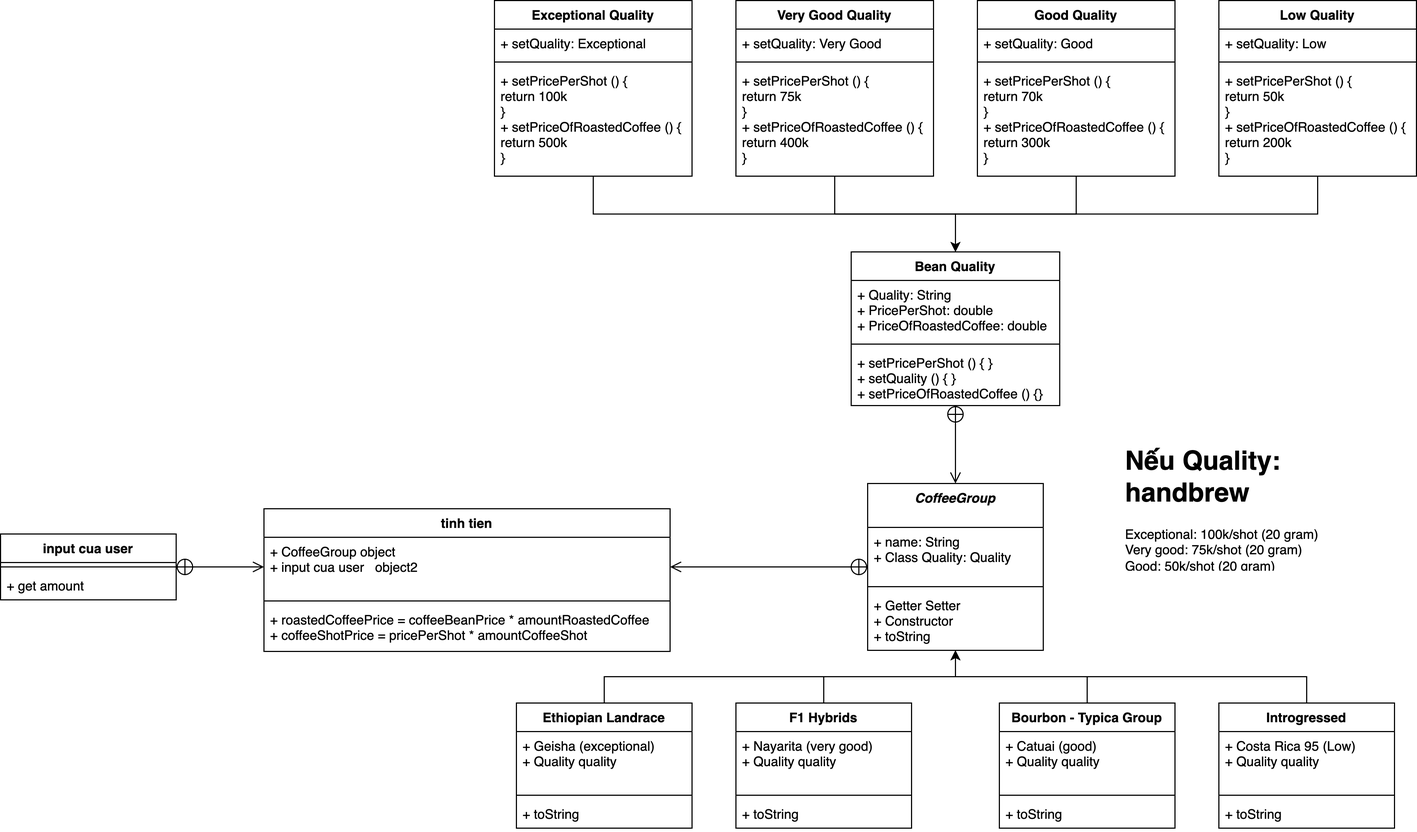
Earlier version of the draw.io export CaseStudyMD2.png (minhtuan1610/MD2-Case-Study). Source tidied: cells renumbered, new cells last; positions are measured from the earlier drawing's top-left corner, leaving out a move shared by most shapes.
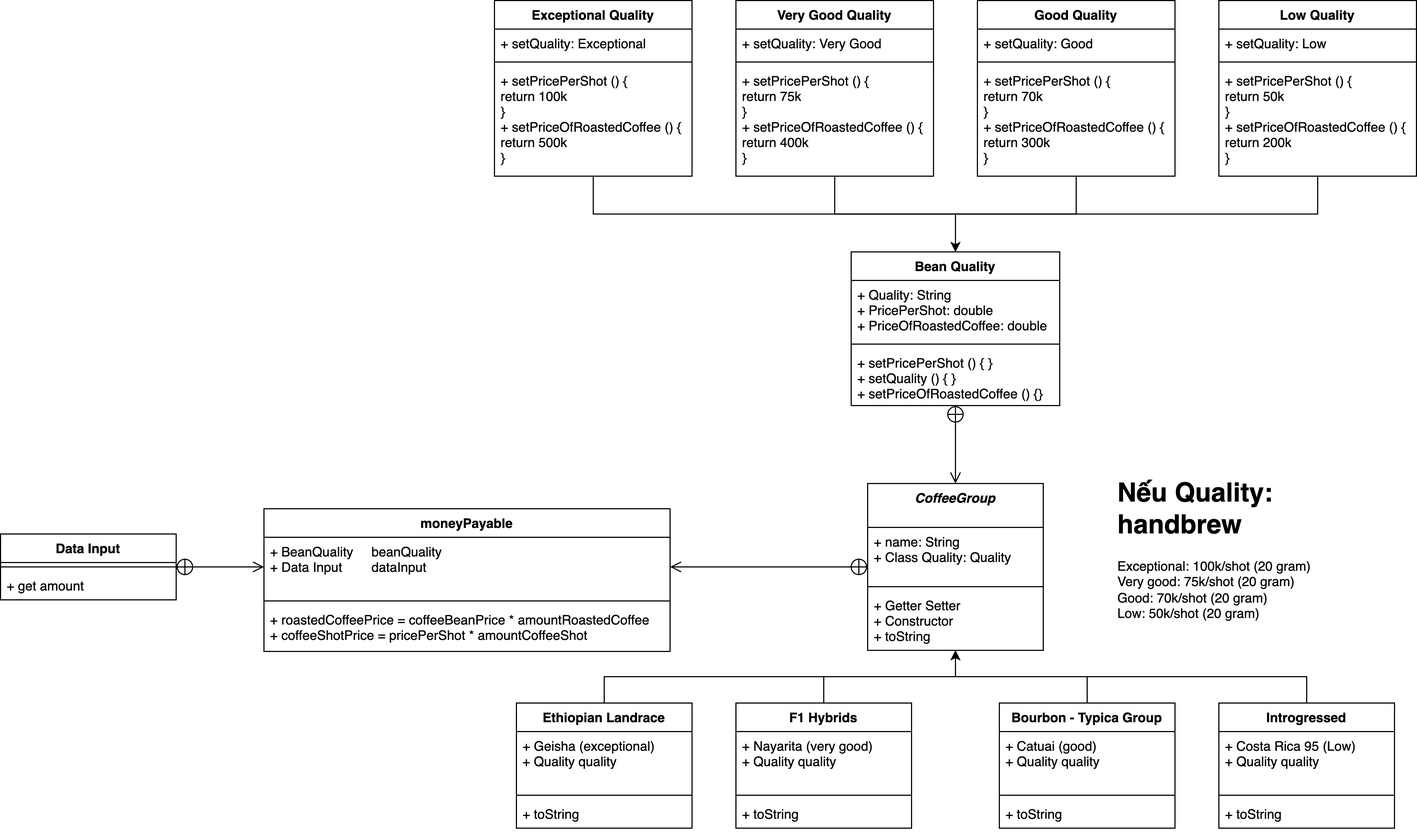
The same file after the commit.

What changed in the source:
```diff
@@ -74,8 +74,8 @@
     <mxCell id="25" value="+ toString" style="text;strokeColor=none;fillColor=none;align=left;verticalAlign=top;spacingLeft=4;spacingRight=4;overflow=hidden;" parent="22" vertex="1">
       <mxGeometry y="88" width="160" height="26" as="geometry" />
     </mxCell>
-    <mxCell id="26" value="&lt;h1&gt;Nếu Quality: handbrew&lt;/h1&gt;&lt;div&gt;Exceptional: 100k/shot (20 gram)&lt;/div&gt;&lt;div&gt;Very good: 75k/shot (20 gram)&lt;/div&gt;&lt;div&gt;Good: 50k/shot (20 gram)&lt;/div&gt;" style="text;html=1;strokeColor=none;fillColor=none;spacing=5;spacingTop=-20;whiteSpace=wrap;overflow=hidden;rounded=0;" parent="1" vertex="1">
-      <mxGeometry x="1020" y="400" width="190" height="120" as="geometry" />
+    <mxCell id="26" value="&lt;h1&gt;Nếu Quality: handbrew&lt;/h1&gt;&lt;div&gt;Exceptional: 100k/shot (20 gram)&lt;/div&gt;&lt;div&gt;Very good: 75k/shot (20 gram)&lt;/div&gt;&lt;div&gt;Good: 70k/shot (20 gram)&lt;/div&gt;&lt;div&gt;Low: 50k/shot (20 gram)&lt;/div&gt;" style="text;html=1;strokeColor=none;fillColor=none;spacing=5;spacingTop=-20;whiteSpace=wrap;overflow=hidden;rounded=0;" parent="1" vertex="1">
+      <mxGeometry x="1013" y="429" width="240" height="140" as="geometry" />
     </mxCell>
     <mxCell id="27" style="endArrow=open;startArrow=circlePlus;endFill=0;startFill=0;endSize=8;html=1;rounded=0;entryX=0.5;entryY=0;entryDx=0;entryDy=0;exitX=0.5;exitY=1;exitDx=0;exitDy=0;" parent="1" edge="1" source="28" target="2">
       <mxGeometry relative="1" as="geometry" />
@@ -152,10 +152,10 @@
     <mxCell id="51" value="+ setPricePerShot () {&#10;return 50k&#10;}&#10;+ setPriceOfRoastedCoffee () {&#10;return 200k&#10;}" style="text;strokeColor=none;fillColor=none;align=left;verticalAlign=top;spacingLeft=4;spacingRight=4;overflow=hidden;" parent="48" vertex="1">
       <mxGeometry y="60" width="180" height="100" as="geometry" />
     </mxCell>
-    <mxCell id="52" value="tinh tien" style="swimlane;fontStyle=1;align=center;verticalAlign=top;horizontal=1;startSize=26;" parent="1" vertex="1">
+    <mxCell id="52" value="moneyPayable" style="swimlane;fontStyle=1;align=center;verticalAlign=top;horizontal=1;startSize=26;" parent="1" vertex="1">
       <mxGeometry x="240" y="463" width="370" height="130" as="geometry" />
     </mxCell>
-    <mxCell id="53" value="+ CoffeeGroup object&#10;+ input cua user   object2" style="text;strokeColor=none;fillColor=none;align=left;verticalAlign=top;spacingLeft=4;spacingRight=4;overflow=hidden;points=[[0,0.5],[1,0.5]];portConstraint=eastwest;" parent="52" vertex="1">
+    <mxCell id="53" value="+ BeanQuality     beanQuality&#10;+ Data Input        dataInput" style="text;strokeColor=none;fillColor=none;align=left;verticalAlign=top;spacingLeft=4;spacingRight=4;overflow=hidden;points=[[0,0.5],[1,0.5]];portConstraint=eastwest;" parent="52" vertex="1">
       <mxGeometry y="26" width="370" height="54" as="geometry" />
     </mxCell>
     <mxCell id="54" style="line;strokeWidth=1;fillColor=none;align=left;verticalAlign=middle;spacingTop=-1;spacingLeft=3;spacingRight=3;labelPosition=right;" parent="52" vertex="1">
@@ -164,7 +164,7 @@
     <mxCell id="55" value="+ roastedCoffeePrice = coffeeBeanPrice * amountRoastedCoffee&#10;+ coffeeShotPrice = pricePerShot * amountCoffeeShot" style="text;strokeColor=none;fillColor=none;align=left;verticalAlign=top;spacingLeft=4;spacingRight=4;overflow=hidden;" parent="52" vertex="1">
       <mxGeometry y="88" width="370" height="42" as="geometry" />
     </mxCell>
-    <mxCell id="56" value="input cua user" style="swimlane;fontStyle=1;align=center;verticalAlign=top;horizontal=1;startSize=26;" parent="1" vertex="1">
+    <mxCell id="56" value="Data Input" style="swimlane;fontStyle=1;align=center;verticalAlign=top;horizontal=1;startSize=26;" parent="1" vertex="1">
       <mxGeometry y="486" width="160" height="60" as="geometry" />
     </mxCell>
     <mxCell id="57" style="line;strokeWidth=1;fillColor=none;align=left;verticalAlign=middle;spacingTop=-1;spacingLeft=3;spacingRight=3;labelPosition=right;" parent="56" vertex="1">
```
